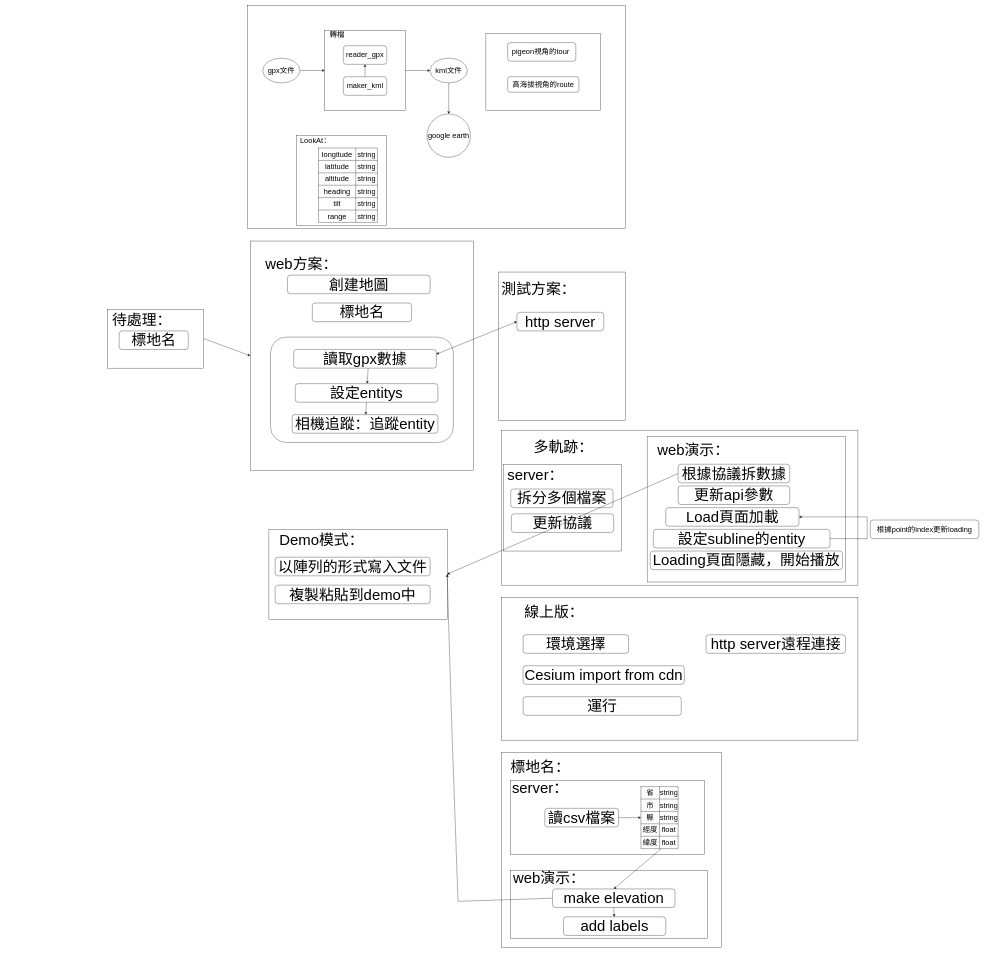
Earlier version of the draw.io diagram 3d展示.drawio (pengzhen80/PigeonRace). Source tidied: cells renumbered, new cells numbered last; positions are measured from the earlier drawing's top-left corner, leaving out a move shared by most shapes. Both pictures are drawn from the tidied source at 31%, with x=0, y=0 at pixel (108, 5).
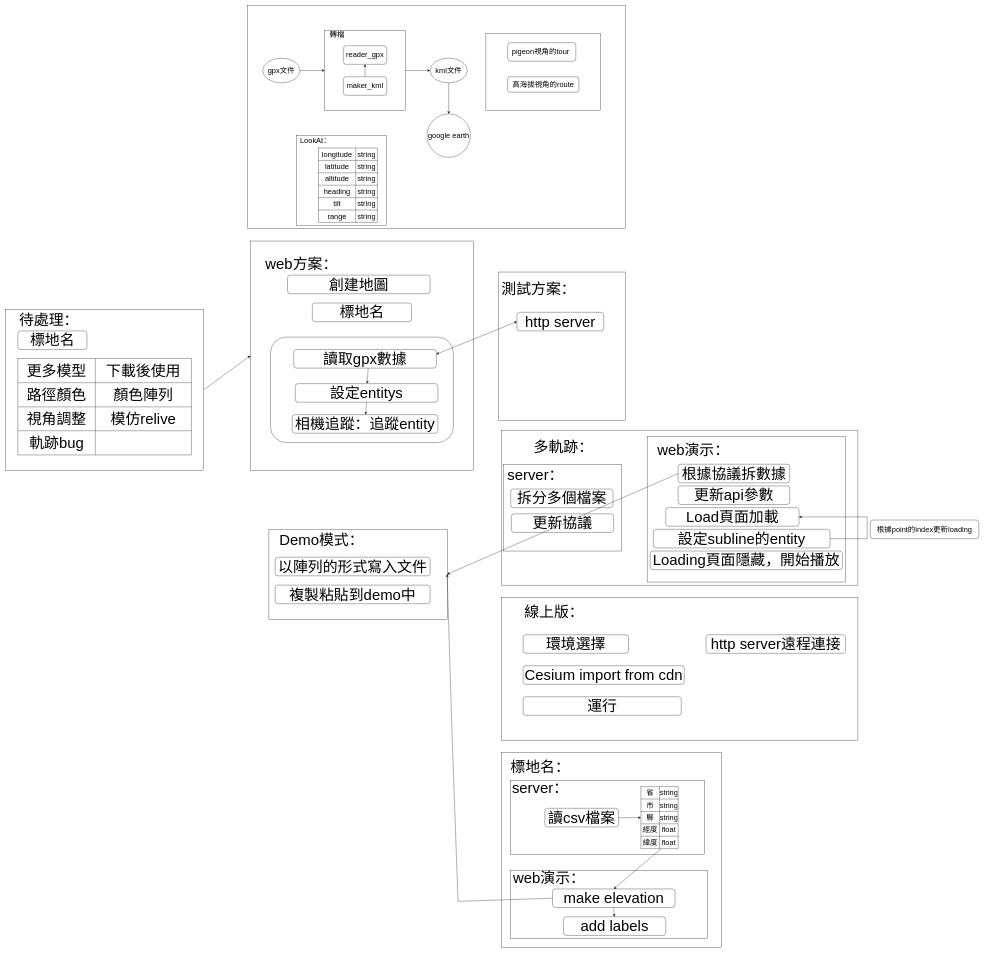
The same diagram, later.

The edit, as a diff of the source:
```diff
@@
     <mxCell id="7" style="rounded=0;whiteSpace=wrap;html=1;fontSize=48;" parent="1" vertex="1">
-      <mxGeometry y="980" width="310" height="190" as="geometry" />
+      <mxGeometry x="-330" y="980" width="640" height="520" as="geometry" />
     </mxCell>
@@
     <mxCell id="57" value="標地名" style="rounded=1;whiteSpace=wrap;html=1;fontSize=48;" parent="1" vertex="1">
-      <mxGeometry x="37" y="1050" width="223" height="60" as="geometry" />
+      <mxGeometry x="-290" y="1050" width="223" height="60" as="geometry" />
     </mxCell>
     <mxCell id="58" value="待處理：" style="text;html=1;strokeColor=none;fillColor=none;align=center;verticalAlign=middle;whiteSpace=wrap;rounded=0;fontSize=48;" parent="1" vertex="1">
-      <mxGeometry y="1000" width="220" height="30" as="geometry" />
+      <mxGeometry x="-300" y="1000" width="220" height="30" as="geometry" />
     </mxCell>
@@
+    <mxCell id="111" style="shape=table;startSize=0;childLayout=tableLayout;fontSize=48;" parent="1" vertex="1">
+      <mxGeometry x="-290" y="1139" width="560" height="311" as="geometry" />
+    </mxCell>
+    <mxCell id="112" style="shape=tableRow;horizontal=0;startSize=0;swimlaneHead=0;swimlaneBody=0;top=0;left=0;bottom=0;right=0;fillColor=none;fontSize=48;" parent="111" vertex="1">
+      <mxGeometry width="560" height="78" as="geometry" />
+    </mxCell>
+    <mxCell id="113" value="更多模型" style="shape=partialRectangle;html=1;whiteSpace=wrap;overflow=hidden;fillColor=none;top=0;left=0;bottom=0;right=0;fontSize=48;" parent="112" vertex="1">
+      <mxGeometry width="250" height="78" as="geometry" />
+    </mxCell>
+    <mxCell id="114" value="下載後使用" style="shape=partialRectangle;html=1;whiteSpace=wrap;overflow=hidden;fillColor=none;top=0;left=0;bottom=0;right=0;fontSize=48;" parent="112" vertex="1">
+      <mxGeometry x="250" width="310" height="78" as="geometry" />
+    </mxCell>
+    <mxCell id="115" style="shape=tableRow;horizontal=0;startSize=0;swimlaneHead=0;swimlaneBody=0;top=0;left=0;bottom=0;right=0;fillColor=none;fontSize=48;" parent="111" vertex="1">
+      <mxGeometry y="78" width="560" height="78" as="geometry" />
+    </mxCell>
+    <mxCell id="116" value="路徑顏色" style="shape=partialRectangle;html=1;whiteSpace=wrap;overflow=hidden;fillColor=none;top=0;left=0;bottom=0;right=0;fontSize=48;" parent="115" vertex="1">
+      <mxGeometry width="250" height="78" as="geometry" />
+    </mxCell>
+    <mxCell id="117" value="顏色陣列" style="shape=partialRectangle;html=1;whiteSpace=wrap;overflow=hidden;fillColor=none;top=0;left=0;bottom=0;right=0;fontSize=48;" parent="115" vertex="1">
+      <mxGeometry x="250" width="310" height="78" as="geometry" />
+    </mxCell>
+    <mxCell id="118" style="shape=tableRow;horizontal=0;startSize=0;swimlaneHead=0;swimlaneBody=0;top=0;left=0;bottom=0;right=0;fillColor=none;fontSize=48;" parent="111" vertex="1">
+      <mxGeometry y="156" width="560" height="77" as="geometry" />
+    </mxCell>
+    <mxCell id="119" value="視角調整" style="shape=partialRectangle;html=1;whiteSpace=wrap;overflow=hidden;fillColor=none;top=0;left=0;bottom=0;right=0;fontSize=48;" parent="118" vertex="1">
+      <mxGeometry width="250" height="77" as="geometry" />
+    </mxCell>
+    <mxCell id="120" value="模仿relive" style="shape=partialRectangle;html=1;whiteSpace=wrap;overflow=hidden;fillColor=none;top=0;left=0;bottom=0;right=0;fontSize=48;" parent="118" vertex="1">
+      <mxGeometry x="250" width="310" height="77" as="geometry" />
+    </mxCell>
+    <mxCell id="121" style="shape=tableRow;horizontal=0;startSize=0;swimlaneHead=0;swimlaneBody=0;top=0;left=0;bottom=0;right=0;fillColor=none;fontSize=48;" parent="111" vertex="1">
+      <mxGeometry y="233" width="560" height="78" as="geometry" />
+    </mxCell>
+    <mxCell id="122" value="軌跡bug" style="shape=partialRectangle;html=1;whiteSpace=wrap;overflow=hidden;fillColor=none;top=0;left=0;bottom=0;right=0;fontSize=48;" parent="121" vertex="1">
+      <mxGeometry width="250" height="78" as="geometry" />
+    </mxCell>
+    <mxCell id="123" style="shape=partialRectangle;html=1;whiteSpace=wrap;overflow=hidden;fillColor=none;top=0;left=0;bottom=0;right=0;fontSize=48;" parent="121" vertex="1">
+      <mxGeometry x="250" width="310" height="78" as="geometry" />
+    </mxCell>
```
